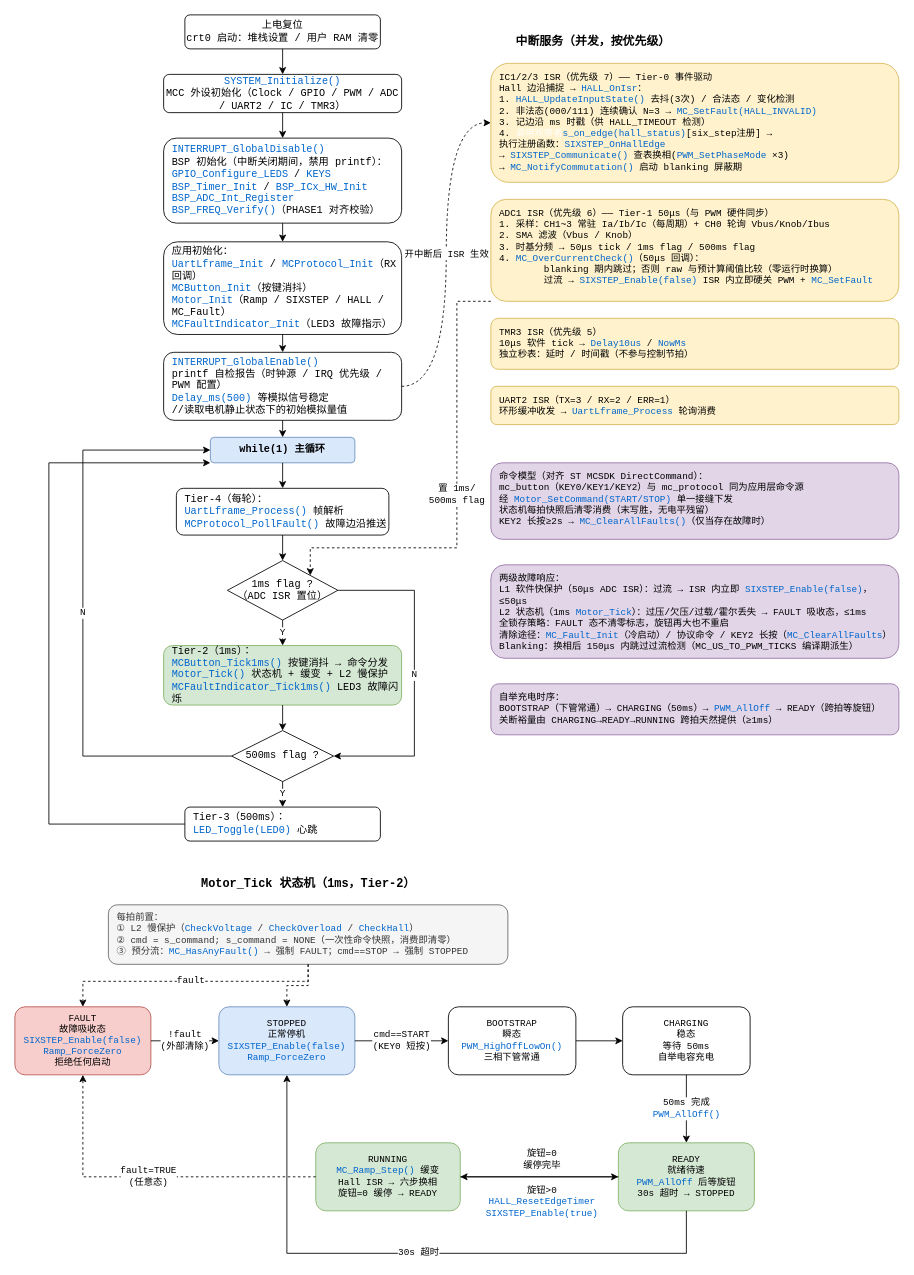
gaolang-oops/Hello_MCC.X keeps this draw.io diagram as bldc方波控制.drawio. Above is the earlier version. Source tidied: cells renumbered, new cells numbered last; positions are measured from the earlier drawing's top-left corner, leaving out a move shared by most shapes. Both pictures are drawn from the tidied source at 85%, with x=0, y=0 at pixel (14, 14).
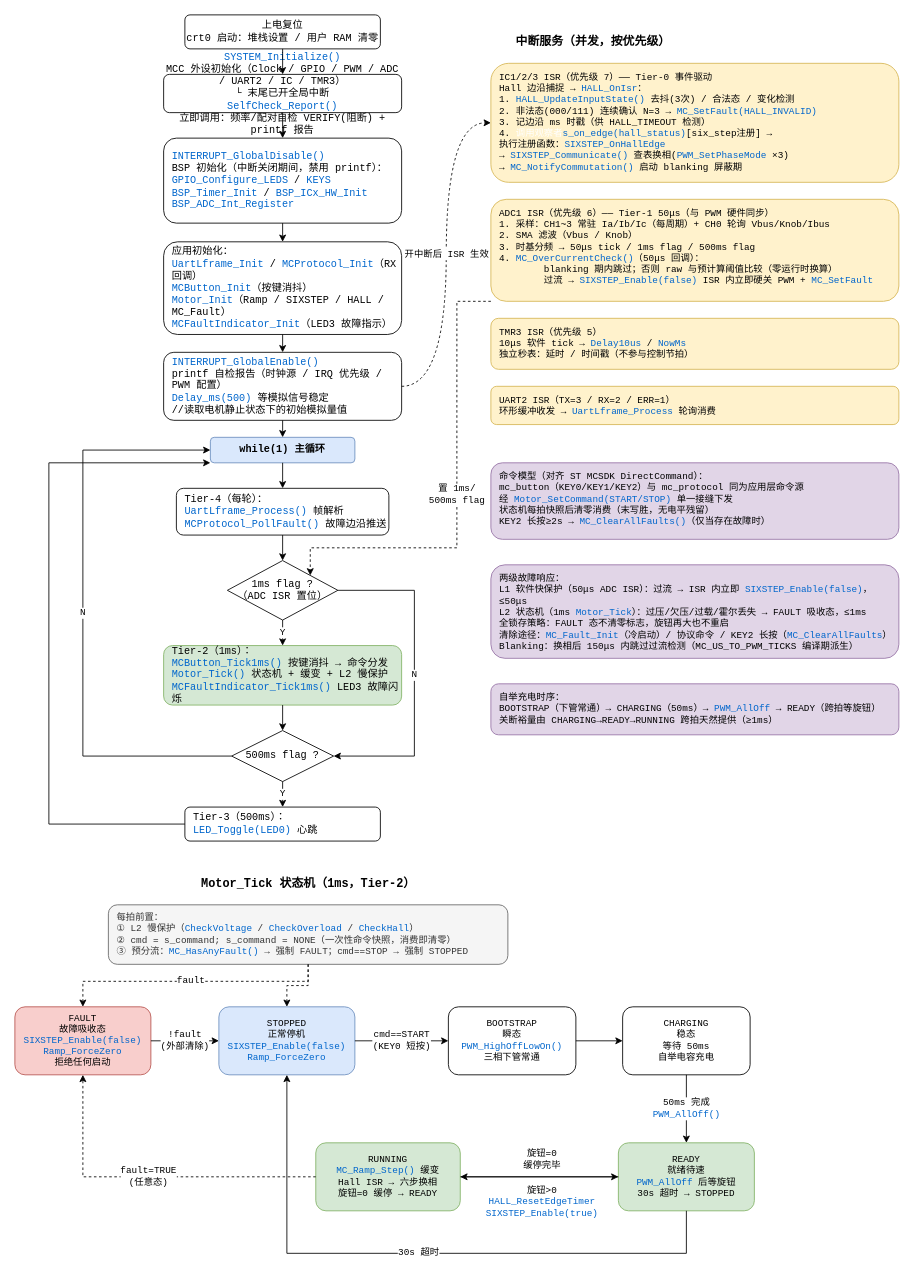
The same page after the edit.

Commit message (it also covers changes not shown here):
3、文档同步:架构文档/README/流程图(驱动模式母开关+配对自检阻断、bsp_freq.h 纯编译期头、演进路径)

What changed in the source:
```diff
@@
-    <mxCell id="3" value="&lt;font color=&quot;#0066CC&quot;&gt;SYSTEM_Initialize()&lt;/font&gt;&#10;MCC 外设初始化（Clock / GPIO / PWM / ADC / UART2 / IC / TMR3）" style="rounded=1;whiteSpace=wrap;html=1;fontFamily=Consolas;" parent="1" vertex="1">
+    <mxCell id="3" value="&lt;font color=&quot;#0066CC&quot;&gt;SYSTEM_Initialize()&lt;/font&gt;&#10;MCC 外设初始化（Clock / GPIO / PWM / ADC / UART2 / IC / TMR3）&#10;└ 末尾已开全局中断&#10;&lt;font color=&quot;#0066CC&quot;&gt;SelfCheck_Report()&lt;/font&gt;&#10;立即调用：频率/配对自检 VERIFY(阻断) + printf 报告" style="rounded=1;whiteSpace=wrap;html=1;fontFamily=Consolas;" parent="1" vertex="1">
       <mxGeometry x="175" y="70" width="280" height="45" as="geometry" />
     </mxCell>
-    <mxCell id="4" value="&lt;font color=&quot;#0066CC&quot;&gt;INTERRUPT_GlobalDisable()&lt;/font&gt;&#10;BSP 初始化（中断关闭期间，禁用 printf）：&#10;&lt;font color=&quot;#0066CC&quot;&gt;GPIO_Configure_LEDS&lt;/font&gt; / &lt;font color=&quot;#0066CC&quot;&gt;KEYS&lt;/font&gt;&#10;&lt;font color=&quot;#0066CC&quot;&gt;BSP_Timer_Init&lt;/font&gt; / &lt;font color=&quot;#0066CC&quot;&gt;BSP_ICx_HW_Init&lt;/font&gt;&#10;&lt;font color=&quot;#0066CC&quot;&gt;BSP_ADC_Int_Register&lt;/font&gt;&#10;&lt;font color=&quot;#0066CC&quot;&gt;BSP_FREQ_Verify()&lt;/font&gt;（PHASE1 对齐校验）" style="rounded=1;whiteSpace=wrap;html=1;align=left;spacingLeft=8;fontFamily=Consolas;" parent="1" vertex="1">
+    <mxCell id="4" value="&lt;font color=&quot;#0066CC&quot;&gt;INTERRUPT_GlobalDisable()&lt;/font&gt;&#10;BSP 初始化（中断关闭期间，禁用 printf）：&#10;&lt;font color=&quot;#0066CC&quot;&gt;GPIO_Configure_LEDS&lt;/font&gt; / &lt;font color=&quot;#0066CC&quot;&gt;KEYS&lt;/font&gt;&#10;&lt;font color=&quot;#0066CC&quot;&gt;BSP_Timer_Init&lt;/font&gt; / &lt;font color=&quot;#0066CC&quot;&gt;BSP_ICx_HW_Init&lt;/font&gt;&#10;&lt;font color=&quot;#0066CC&quot;&gt;BSP_ADC_Int_Register&lt;/font&gt;" style="rounded=1;whiteSpace=wrap;html=1;align=left;spacingLeft=8;fontFamily=Consolas;" parent="1" vertex="1">
       <mxGeometry x="175" y="145" width="280" height="100" as="geometry" />
     </mxCell>
```
